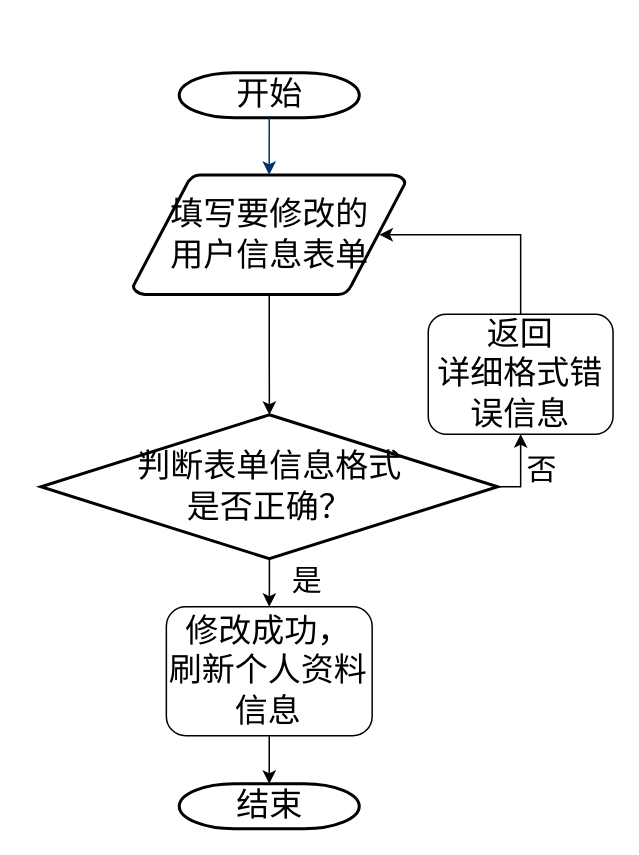
The draw.io diagram page "修改个人信息" (4 of 16) of 流程图.drawio in Gonod20s/Voice-Controlled-Robot, before the edit. Source tidied: cells renumbered, new cells numbered last; positions are measured from the earlier drawing's top-left corner, leaving out a move shared by most shapes. Both pictures are drawn from the tidied source at 150%, with x=0, y=0 at pixel (40, 72).
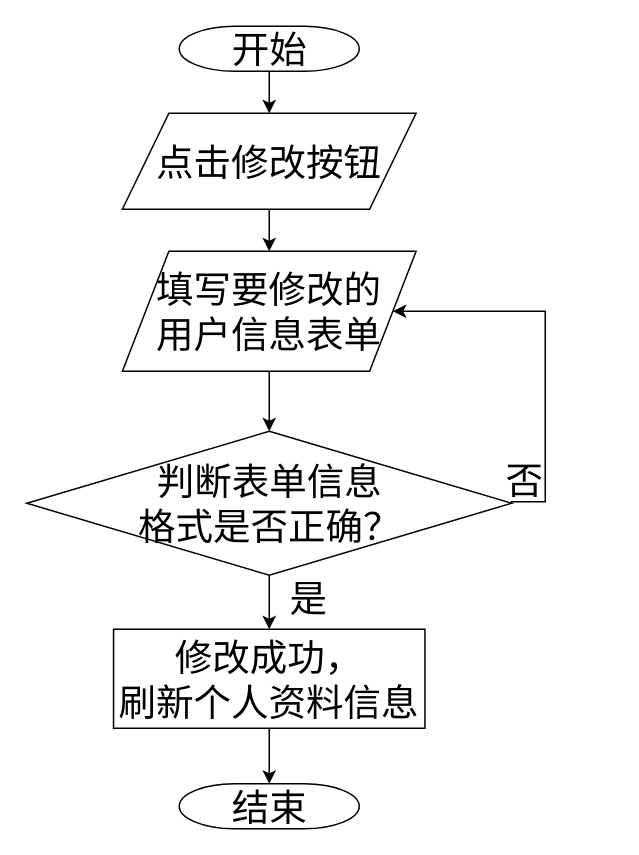
The same page after the edit.

Change to the diagram source:
```diff
@@
 <mxGraphModel>
   <root>
     <mxCell id="0" />
     <mxCell id="1" parent="0" />
+    <mxCell id="16" style="edgeStyle=orthogonalEdgeStyle;rounded=0;jettySize=auto;html=1;" parent="1" edge="1" source="2" target="18">
+      <mxGeometry relative="1" as="geometry" />
+    </mxCell>
-    <mxCell id="2" value="&lt;font style=&quot;font-size: 22px;&quot;&gt;开始&lt;/font&gt;" style="shape=mxgraph.flowchart.terminator;strokeWidth=2;gradientColor=none;gradientDirection=north;fontStyle=0;html=1;" parent="1" vertex="1">
-      <mxGeometry x="92" width="120" height="30" as="geometry" />
+    <mxCell id="2" value="&lt;font&gt;开始&lt;/font&gt;" style="shape=mxgraph.flowchart.terminator;strokeWidth=1;gradientColor=none;gradientDirection=north;fontStyle=0;html=1;fontFamily=宋体;fontSize=25;" parent="1" vertex="1">
+      <mxGeometry x="92" y="-31" width="120" height="30" as="geometry" />
     </mxCell>
-    <mxCell id="3" style="edgeStyle=orthogonalEdgeStyle;rounded=0;jettySize=auto;html=1;" parent="1" edge="1" source="4" target="8">
+    <mxCell id="3" style="edgeStyle=orthogonalEdgeStyle;rounded=0;jettySize=auto;html=1;fontFamily=宋体;fontSize=25;strokeWidth=1;" parent="1" edge="1" source="4" target="8">
       <mxGeometry relative="1" as="geometry" />
     </mxCell>
-    <mxCell id="4" value="&lt;font style=&quot;font-size: 22px;&quot;&gt;填写要修改的&lt;/font&gt;&lt;div&gt;&lt;font style=&quot;font-size: 22px;&quot;&gt;用户信息表单&lt;/font&gt;&lt;/div&gt;" style="shape=mxgraph.flowchart.data;strokeWidth=2;gradientColor=none;gradientDirection=north;fontStyle=0;html=1;" parent="1" vertex="1">
-      <mxGeometry x="61.2" y="68" width="181.5" height="80" as="geometry" />
+    <mxCell id="4" value="&lt;font&gt;填写要修改的&lt;/font&gt;&lt;div&gt;&lt;font&gt;用户信息表单&lt;/font&gt;&lt;/div&gt;" style="shape=parallelogram;perimeter=parallelogramPerimeter;whiteSpace=wrap;html=1;fixedSize=1;size=30.999989827474053;fontFamily=宋体;fontSize=25;strokeWidth=1;" parent="1" vertex="1">
+      <mxGeometry x="54.1" y="119" width="195.8" height="80" as="geometry" />
     </mxCell>
-    <mxCell id="5" style="fontStyle=1;strokeColor=#003366;strokeWidth=1;html=1;" parent="1" edge="1" source="2" target="4">
-      <mxGeometry relative="1" as="geometry" />
-    </mxCell>
-    <mxCell id="6" style="edgeStyle=orthogonalEdgeStyle;rounded=0;jettySize=auto;html=1;exitX=1;exitY=0.5;exitDx=0;exitDy=0;exitPerimeter=0;entryX=0.5;entryY=1;entryDx=0;entryDy=0;" parent="1" edge="1" source="8" target="13">
-      <mxGeometry relative="1" as="geometry" />
+    <mxCell id="6" style="edgeStyle=orthogonalEdgeStyle;rounded=0;jettySize=auto;html=1;exitX=1;exitY=0.5;exitDx=0;exitDy=0;exitPerimeter=0;fontFamily=宋体;fontSize=25;strokeWidth=1;entryX=1;entryY=0.5;entryDx=0;entryDy=0;" parent="1" edge="1" source="8" target="4">
+      <mxGeometry relative="1" as="geometry">
+        <Array as="points">
+          <mxPoint x="314" y="286" />
+          <mxPoint x="336" y="286" />
+          <mxPoint x="336" y="159" />
+        </Array>
+      </mxGeometry>
     </mxCell>
-    <mxCell id="7" style="edgeStyle=orthogonalEdgeStyle;rounded=0;jettySize=auto;html=1;" parent="1" edge="1" source="8" target="10">
+    <mxCell id="7" style="edgeStyle=orthogonalEdgeStyle;rounded=0;jettySize=auto;html=1;fontFamily=宋体;fontSize=25;strokeWidth=1;" parent="1" edge="1" source="8" target="10">
       <mxGeometry relative="1" as="geometry" />
     </mxCell>
-    <mxCell id="8" value="&lt;span style=&quot;background-color: transparent;&quot;&gt;&lt;font style=&quot;font-size: 22px;&quot;&gt;判断表单信息格式&lt;/font&gt;&lt;/span&gt;&lt;div&gt;&lt;span style=&quot;background-color: transparent;&quot;&gt;&lt;font style=&quot;font-size: 22px;&quot;&gt;是否正确？&lt;/font&gt;&lt;/span&gt;&lt;/div&gt;" style="shape=mxgraph.flowchart.decision;strokeWidth=2;gradientColor=none;gradientDirection=north;fontStyle=0;html=1;" parent="1" vertex="1">
-      <mxGeometry x="-0.2" y="228" width="304.5" height="96" as="geometry" />
+    <mxCell id="8" value="&lt;span style=&quot;background-color: transparent;&quot;&gt;&lt;font&gt;判断表单信息&lt;/font&gt;&lt;/span&gt;&lt;div&gt;&lt;span style=&quot;background-color: transparent;&quot;&gt;&lt;font&gt;格式&lt;/font&gt;&lt;/span&gt;&lt;span style=&quot;background-color: transparent;&quot;&gt;是否正确？&lt;/span&gt;&lt;/div&gt;" style="shape=mxgraph.flowchart.decision;strokeWidth=1;gradientColor=none;gradientDirection=north;fontStyle=0;html=1;fontFamily=宋体;fontSize=25;" parent="1" vertex="1">
+      <mxGeometry x="-9.6" y="239" width="323.2" height="96" as="geometry" />
     </mxCell>
-    <mxCell id="9" style="edgeStyle=orthogonalEdgeStyle;rounded=0;jettySize=auto;html=1;" parent="1" edge="1" source="10" target="11">
+    <mxCell id="9" style="edgeStyle=orthogonalEdgeStyle;rounded=0;jettySize=auto;html=1;fontFamily=宋体;fontSize=25;strokeWidth=1;" parent="1" edge="1" source="10" target="11">
       <mxGeometry relative="1" as="geometry" />
     </mxCell>
-    <mxCell id="10" value="&lt;font style=&quot;font-size: 22px;&quot;&gt;修改成功，&lt;/font&gt;&lt;div&gt;&lt;font style=&quot;font-size: 22px;&quot;&gt;刷新个人资料信息&lt;/font&gt;&lt;/div&gt;" style="rounded=1;whiteSpace=wrap;html=1;" parent="1" vertex="1">
-      <mxGeometry x="83.4" y="356" width="137.2" height="86" as="geometry" />
+    <mxCell id="10" value="&lt;font&gt;修改成功，&lt;/font&gt;&lt;div&gt;&lt;font&gt;刷新个人资料信息&lt;/font&gt;&lt;/div&gt;" style="rounded=0;whiteSpace=wrap;html=1;strokeColor=default;align=center;verticalAlign=middle;fontFamily=宋体;fontSize=25;fontColor=default;fillColor=default;strokeWidth=1;" parent="1" vertex="1">
+      <mxGeometry x="48.2" y="371" width="207.6" height="66" as="geometry" />
     </mxCell>
-    <mxCell id="11" value="&lt;font style=&quot;font-size: 22px;&quot;&gt;结束&lt;/font&gt;" style="shape=mxgraph.flowchart.terminator;strokeWidth=2;gradientColor=none;gradientDirection=north;fontStyle=0;html=1;" parent="1" vertex="1">
+    <mxCell id="11" value="&lt;font&gt;结束&lt;/font&gt;" style="shape=mxgraph.flowchart.terminator;strokeWidth=1;gradientColor=none;gradientDirection=north;fontStyle=0;html=1;fontFamily=宋体;fontSize=25;" parent="1" vertex="1">
       <mxGeometry x="92" y="474" width="120" height="30" as="geometry" />
     </mxCell>
-    <mxCell id="12" style="edgeStyle=orthogonalEdgeStyle;rounded=0;jettySize=auto;html=1;entryX=0.905;entryY=0.5;entryDx=0;entryDy=0;exitX=0.5;exitY=0;exitDx=0;exitDy=0;entryPerimeter=0;" parent="1" edge="1" source="13" target="4">
-      <mxGeometry relative="1" as="geometry">
-        <Array as="points">
-          <mxPoint x="320" y="108" />
-        </Array>
-      </mxGeometry>
-    </mxCell>
-    <mxCell id="13" value="&lt;font style=&quot;font-size: 22px;&quot;&gt;返回&lt;/font&gt;&lt;div&gt;&lt;font style=&quot;font-size: 22px;&quot;&gt;详细格式错误信息&lt;/font&gt;&lt;/div&gt;" style="rounded=1;whiteSpace=wrap;html=1;" parent="1" vertex="1">
-      <mxGeometry x="258" y="161" width="123.2" height="80" as="geometry" />
-    </mxCell>
-    <mxCell id="14" value="&lt;font style=&quot;font-size: 20px;&quot;&gt;否&lt;/font&gt;" style="text;fontStyle=0;html=1;strokeColor=none;gradientColor=none;fillColor=none;strokeWidth=2;" parent="1" vertex="1">
-      <mxGeometry x="322" y="246" width="40" height="26" as="geometry" />
+    <mxCell id="14" value="&lt;font&gt;否&lt;/font&gt;" style="text;fontStyle=0;html=1;strokeColor=none;gradientColor=none;fillColor=none;strokeWidth=1;fontFamily=宋体;fontSize=25;" parent="1" vertex="1">
+      <mxGeometry x="308" y="250" width="40" height="26" as="geometry" />
     </mxCell>
-    <mxCell id="15" value="&lt;font style=&quot;font-size: 20px;&quot;&gt;是&lt;/font&gt;" style="text;html=1;align=center;verticalAlign=middle;strokeColor=none;fillColor=none;" parent="1" vertex="1">
-      <mxGeometry x="158" y="320" width="38" height="36" as="geometry" />
+    <mxCell id="15" value="&lt;font&gt;是&lt;/font&gt;" style="text;html=1;align=center;verticalAlign=middle;strokeColor=none;fillColor=none;fontFamily=宋体;fontSize=25;strokeWidth=1;" parent="1" vertex="1">
+      <mxGeometry x="156" y="329" width="43" height="42" as="geometry" />
     </mxCell>
+    <mxCell id="17" style="edgeStyle=orthogonalEdgeStyle;rounded=0;jettySize=auto;html=1;" parent="1" edge="1" source="18" target="4">
+      <mxGeometry relative="1" as="geometry" />
+    </mxCell>
+    <mxCell id="18" value="点击修改按钮" style="shape=parallelogram;perimeter=parallelogramPerimeter;whiteSpace=wrap;html=1;fixedSize=1;size=30.999989827474053;fontFamily=宋体;fontSize=25;strokeWidth=1;" parent="1" vertex="1">
+      <mxGeometry x="54.1" y="27" width="195.8" height="64" as="geometry" />
+    </mxCell>
   </root>
 </mxGraphModel>
```
